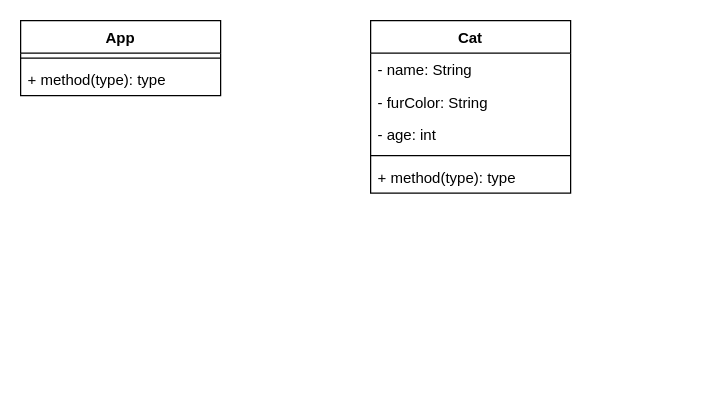
Earlier version of the draw.io diagram klassendiagramm.drawio (CC-OOP-Cullain/02_Klassen_Objekte_01). Source tidied: cells renumbered, new cells numbered last; positions are measured from the earlier drawing's top-left corner, leaving out a move shared by most shapes. Both pictures are drawn from the tidied source at 125%, with x=0, y=0 at pixel (20, 20).
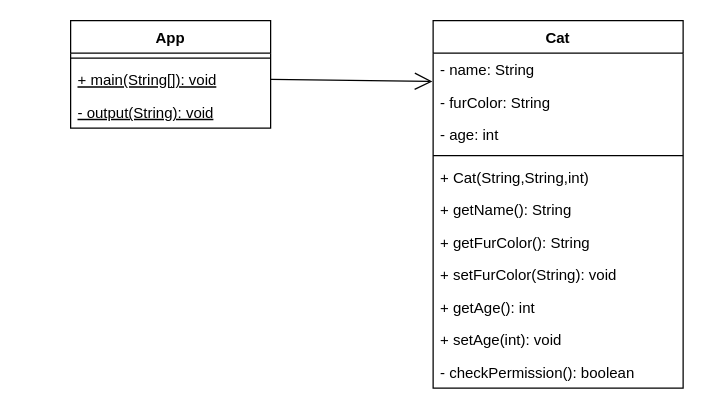
Above is the later version.

What changed in the source:
```diff
@@
 <mxGraphModel>
   <root>
     <mxCell id="0" />
     <mxCell id="1" parent="0" />
     <mxCell id="2" value="App" style="swimlane;fontStyle=1;align=center;verticalAlign=top;horizontal=1;startSize=26;" parent="1" vertex="1">
-      <mxGeometry width="160" height="60" as="geometry" />
+      <mxGeometry x="40" width="160" height="86" as="geometry" />
     </mxCell>
     <mxCell id="3" style="line;strokeWidth=1;fillColor=none;align=left;verticalAlign=middle;spacingTop=-1;spacingLeft=3;spacingRight=3;labelPosition=right;strokeColor=inherit;" parent="2" vertex="1">
       <mxGeometry y="26" width="160" height="8" as="geometry" />
     </mxCell>
-    <mxCell id="4" value="+ method(type): type" style="text;strokeColor=none;fillColor=none;align=left;verticalAlign=top;spacingLeft=4;spacingRight=4;overflow=hidden;points=[[0,0.5],[1,0.5]];portConstraint=eastwest;" parent="2" vertex="1">
+    <mxCell id="4" value="+ main(String[]): void" style="text;strokeColor=none;fillColor=none;align=left;verticalAlign=top;spacingLeft=4;spacingRight=4;overflow=hidden;points=[[0,0.5],[1,0.5]];portConstraint=eastwest;fontStyle=4;" parent="2" vertex="1">
       <mxGeometry y="34" width="160" height="26" as="geometry" />
     </mxCell>
+    <mxCell id="11" value="- output(String): void" style="text;strokeColor=none;fillColor=none;align=left;verticalAlign=top;spacingLeft=4;spacingRight=4;overflow=hidden;fontStyle=4;" parent="2" vertex="1">
+      <mxGeometry y="60" width="160" height="26" as="geometry" />
+    </mxCell>
     <mxCell id="5" value="Cat" style="swimlane;fontStyle=1;align=center;verticalAlign=top;horizontal=1;startSize=26;" parent="1" vertex="1">
-      <mxGeometry x="280" width="160" height="138" as="geometry" />
+      <mxGeometry x="330" width="200" height="294" as="geometry" />
     </mxCell>
     <mxCell id="6" value="- name: String" style="text;strokeColor=none;fillColor=none;align=left;verticalAlign=top;spacingLeft=4;spacingRight=4;overflow=hidden;points=[[0,0.5],[1,0.5]];portConstraint=eastwest;" parent="5" vertex="1">
-      <mxGeometry y="26" width="160" height="26" as="geometry" />
+      <mxGeometry y="26" width="200" height="26" as="geometry" />
     </mxCell>
     <mxCell id="7" value="- furColor: String" style="text;strokeColor=none;fillColor=none;align=left;verticalAlign=top;spacingLeft=4;spacingRight=4;overflow=hidden;" parent="5" vertex="1">
-      <mxGeometry y="52" width="160" height="26" as="geometry" />
+      <mxGeometry y="52" width="200" height="26" as="geometry" />
     </mxCell>
     <mxCell id="8" value="- age: int" style="text;strokeColor=none;fillColor=none;align=left;verticalAlign=top;spacingLeft=4;spacingRight=4;overflow=hidden;" parent="5" vertex="1">
-      <mxGeometry y="78" width="160" height="26" as="geometry" />
+      <mxGeometry y="78" width="200" height="26" as="geometry" />
     </mxCell>
     <mxCell id="9" style="line;strokeWidth=1;fillColor=none;align=left;verticalAlign=middle;spacingTop=-1;spacingLeft=3;spacingRight=3;labelPosition=right;strokeColor=inherit;" parent="5" vertex="1">
-      <mxGeometry y="104" width="160" height="8" as="geometry" />
+      <mxGeometry y="104" width="200" height="8" as="geometry" />
     </mxCell>
-    <mxCell id="10" value="+ method(type): type" style="text;strokeColor=none;fillColor=none;align=left;verticalAlign=top;spacingLeft=4;spacingRight=4;overflow=hidden;" parent="5" vertex="1">
-      <mxGeometry y="112" width="160" height="26" as="geometry" />
+    <mxCell id="10" value="+ Cat(String,String,int)" style="text;strokeColor=none;fillColor=none;align=left;verticalAlign=top;spacingLeft=4;spacingRight=4;overflow=hidden;" parent="5" vertex="1">
+      <mxGeometry y="112" width="200" height="26" as="geometry" />
     </mxCell>
+    <mxCell id="12" value="+ getName(): String" style="text;strokeColor=none;fillColor=none;align=left;verticalAlign=top;spacingLeft=4;spacingRight=4;overflow=hidden;" parent="5" vertex="1">
+      <mxGeometry y="138" width="200" height="26" as="geometry" />
+    </mxCell>
+    <mxCell id="13" value="+ getFurColor(): String" style="text;strokeColor=none;fillColor=none;align=left;verticalAlign=top;spacingLeft=4;spacingRight=4;overflow=hidden;" parent="5" vertex="1">
+      <mxGeometry y="164" width="200" height="26" as="geometry" />
+    </mxCell>
+    <mxCell id="14" value="+ setFurColor(String): void" style="text;strokeColor=none;fillColor=none;align=left;verticalAlign=top;spacingLeft=4;spacingRight=4;overflow=hidden;" parent="5" vertex="1">
+      <mxGeometry y="190" width="200" height="26" as="geometry" />
+    </mxCell>
+    <mxCell id="15" value="+ getAge(): int" style="text;strokeColor=none;fillColor=none;align=left;verticalAlign=top;spacingLeft=4;spacingRight=4;overflow=hidden;" parent="5" vertex="1">
+      <mxGeometry y="216" width="200" height="26" as="geometry" />
+    </mxCell>
+    <mxCell id="16" value="+ setAge(int): void" style="text;strokeColor=none;fillColor=none;align=left;verticalAlign=top;spacingLeft=4;spacingRight=4;overflow=hidden;" parent="5" vertex="1">
+      <mxGeometry y="242" width="200" height="26" as="geometry" />
+    </mxCell>
+    <mxCell id="17" value="- checkPermission(): boolean" style="text;strokeColor=none;fillColor=none;align=left;verticalAlign=top;spacingLeft=4;spacingRight=4;overflow=hidden;" parent="5" vertex="1">
+      <mxGeometry y="268" width="200" height="26" as="geometry" />
+    </mxCell>
+    <mxCell id="18" style="endArrow=open;endFill=1;endSize=12;html=1;exitX=1;exitY=0.5;exitDx=0;exitDy=0;entryX=-0.003;entryY=0.873;entryDx=0;entryDy=0;entryPerimeter=0;" parent="1" edge="1" source="4" target="6">
+      <mxGeometry relative="1" as="geometry" />
+    </mxCell>
   </root>
 </mxGraphModel>
```
